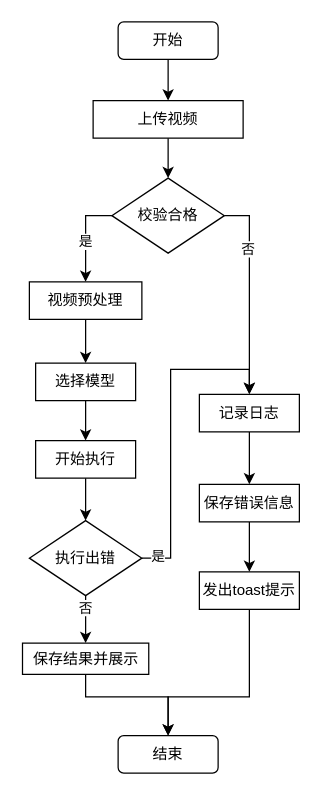
This is DrawIO_file/流程图/目标检测模块流程图.drawio from DingDongZz/typera_PicGO, a draw.io file, before an edit. Source tidied: cells renumbered, new cells numbered last; positions are measured from the earlier drawing's top-left corner, leaving out a move shared by most shapes. Both pictures are drawn from the tidied source at 125%, with x=0, y=0 at pixel (22, 21).
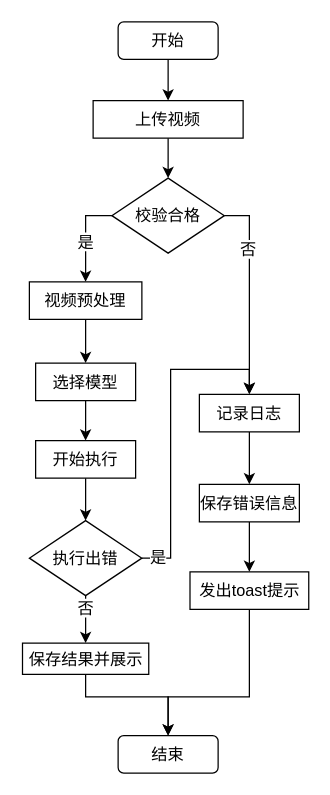
The same page after the edit.

Commit message:
更新目标检测模块流程图.drawio

Change to the diagram source:
```diff
@@
-    <mxCell id="2" style="edgeStyle=orthogonalEdgeStyle;rounded=0;jettySize=auto;html=1;entryX=0.5;entryY=0;entryDx=0;entryDy=0;fontFamily=宋体;" parent="1" edge="1" source="3" target="5">
+    <mxCell id="2" style="edgeStyle=orthogonalEdgeStyle;rounded=0;jettySize=auto;html=1;entryX=0.5;entryY=0;entryDx=0;entryDy=0;fontFamily=宋体;fontSize=13;" parent="1" edge="1" source="3" target="5">
       <mxGeometry relative="1" as="geometry" />
     </mxCell>
-    <mxCell id="3" value="开始" style="rounded=1;whiteSpace=wrap;html=1;fontFamily=宋体;" parent="1" vertex="1">
+    <mxCell id="3" value="开始" style="rounded=1;whiteSpace=wrap;html=1;fontFamily=宋体;fontSize=13;" parent="1" vertex="1">
       <mxGeometry x="76" width="80" height="30" as="geometry" />
     </mxCell>
-    <mxCell id="4" style="edgeStyle=orthogonalEdgeStyle;rounded=0;jettySize=auto;html=1;entryX=0.5;entryY=0;entryDx=0;entryDy=0;fontFamily=宋体;" parent="1" edge="1" source="5" target="10">
+    <mxCell id="4" style="edgeStyle=orthogonalEdgeStyle;rounded=0;jettySize=auto;html=1;entryX=0.5;entryY=0;entryDx=0;entryDy=0;fontFamily=宋体;fontSize=13;" parent="1" edge="1" source="5" target="10">
       <mxGeometry relative="1" as="geometry" />
     </mxCell>
-    <mxCell id="5" value="上传视频" style="rounded=0;whiteSpace=wrap;html=1;fontFamily=宋体;" parent="1" vertex="1">
+    <mxCell id="5" value="上传视频" style="rounded=0;whiteSpace=wrap;html=1;fontFamily=宋体;fontSize=13;" parent="1" vertex="1">
       <mxGeometry x="56" y="63" width="120" height="30" as="geometry" />
     </mxCell>
-    <mxCell id="6" style="edgeStyle=orthogonalEdgeStyle;rounded=0;jettySize=auto;html=1;entryX=0.5;entryY=0;entryDx=0;entryDy=0;exitX=0;exitY=0.5;exitDx=0;exitDy=0;fontFamily=宋体;" parent="1" edge="1" source="10" target="12">
+    <mxCell id="6" style="edgeStyle=orthogonalEdgeStyle;rounded=0;jettySize=auto;html=1;entryX=0.5;entryY=0;entryDx=0;entryDy=0;exitX=0;exitY=0.5;exitDx=0;exitDy=0;fontFamily=宋体;fontSize=13;" parent="1" edge="1" source="10" target="12">
       <mxGeometry relative="1" as="geometry">
         <Array as="points">
           <mxPoint x="50" y="155" />
         </Array>
       </mxGeometry>
     </mxCell>
-    <mxCell id="7" value="是" style="edgeLabel;html=1;align=center;verticalAlign=middle;fontFamily=宋体;" parent="6" vertex="1">
+    <mxCell id="7" value="是" style="edgeLabel;html=1;align=center;verticalAlign=middle;fontFamily=宋体;fontSize=13;" parent="6" vertex="1">
       <mxGeometry x="0.1" y="-1" relative="1" as="geometry" />
     </mxCell>
-    <mxCell id="8" style="edgeStyle=orthogonalEdgeStyle;rounded=0;jettySize=auto;html=1;entryX=0.5;entryY=0;entryDx=0;entryDy=0;exitX=1;exitY=0.5;exitDx=0;exitDy=0;fontFamily=宋体;" parent="1" edge="1" source="10">
+    <mxCell id="8" style="edgeStyle=orthogonalEdgeStyle;rounded=0;jettySize=auto;html=1;entryX=0.5;entryY=0;entryDx=0;entryDy=0;exitX=1;exitY=0.5;exitDx=0;exitDy=0;fontFamily=宋体;fontSize=13;" parent="1" edge="1" source="10">
       <mxGeometry relative="1" as="geometry">
         <mxPoint x="181" y="297.5" as="targetPoint" />
         <Array as="points">
           <mxPoint x="181" y="155" />
         </Array>
       </mxGeometry>
     </mxCell>
-    <mxCell id="9" value="否" style="edgeLabel;html=1;align=center;verticalAlign=middle;fontFamily=宋体;" parent="8" vertex="1">
+    <mxCell id="9" value="否" style="edgeLabel;html=1;align=center;verticalAlign=middle;fontFamily=宋体;fontSize=13;" parent="8" vertex="1">
       <mxGeometry x="-0.43" y="-3" relative="1" as="geometry">
         <mxPoint x="1" as="offset" />
       </mxGeometry>
     </mxCell>
-    <mxCell id="10" value="校验合格" style="rhombus;whiteSpace=wrap;html=1;fontFamily=宋体;" parent="1" vertex="1">
+    <mxCell id="10" value="校验合格" style="rhombus;whiteSpace=wrap;html=1;fontFamily=宋体;fontSize=13;" parent="1" vertex="1">
       <mxGeometry x="71" y="125" width="90" height="60" as="geometry" />
     </mxCell>
-    <mxCell id="11" style="edgeStyle=orthogonalEdgeStyle;rounded=0;jettySize=auto;html=1;entryX=0.5;entryY=0;entryDx=0;entryDy=0;fontFamily=宋体;" parent="1" edge="1" source="12" target="14">
+    <mxCell id="11" style="edgeStyle=orthogonalEdgeStyle;rounded=0;jettySize=auto;html=1;entryX=0.5;entryY=0;entryDx=0;entryDy=0;fontFamily=宋体;fontSize=13;" parent="1" edge="1" source="12" target="14">
       <mxGeometry relative="1" as="geometry" />
     </mxCell>
-    <mxCell id="12" value="视频预处理" style="rounded=0;whiteSpace=wrap;html=1;fontFamily=宋体;" parent="1" vertex="1">
+    <mxCell id="12" value="视频预处理" style="rounded=0;whiteSpace=wrap;html=1;fontFamily=宋体;fontSize=13;" parent="1" vertex="1">
       <mxGeometry x="5" y="208" width="90" height="30" as="geometry" />
     </mxCell>
-    <mxCell id="13" style="edgeStyle=orthogonalEdgeStyle;rounded=0;jettySize=auto;html=1;entryX=0.5;entryY=0;entryDx=0;entryDy=0;fontFamily=宋体;" parent="1" edge="1" source="14" target="16">
+    <mxCell id="13" style="edgeStyle=orthogonalEdgeStyle;rounded=0;jettySize=auto;html=1;entryX=0.5;entryY=0;entryDx=0;entryDy=0;fontFamily=宋体;fontSize=13;" parent="1" edge="1" source="14" target="16">
       <mxGeometry relative="1" as="geometry" />
     </mxCell>
-    <mxCell id="14" value="选择模型" style="rounded=0;whiteSpace=wrap;html=1;fontFamily=宋体;" parent="1" vertex="1">
+    <mxCell id="14" value="选择模型" style="rounded=0;whiteSpace=wrap;html=1;fontFamily=宋体;fontSize=13;" parent="1" vertex="1">
       <mxGeometry x="10" y="273" width="80" height="30" as="geometry" />
     </mxCell>
-    <mxCell id="15" style="edgeStyle=orthogonalEdgeStyle;rounded=0;jettySize=auto;html=1;entryX=0.5;entryY=0;entryDx=0;entryDy=0;fontFamily=宋体;" parent="1" edge="1" source="16" target="21">
+    <mxCell id="15" style="edgeStyle=orthogonalEdgeStyle;rounded=0;jettySize=auto;html=1;entryX=0.5;entryY=0;entryDx=0;entryDy=0;fontFamily=宋体;fontSize=13;" parent="1" edge="1" source="16" target="21">
       <mxGeometry relative="1" as="geometry" />
     </mxCell>
-    <mxCell id="16" value="开始执行" style="rounded=0;whiteSpace=wrap;html=1;fontFamily=宋体;" parent="1" vertex="1">
+    <mxCell id="16" value="开始执行" style="rounded=0;whiteSpace=wrap;html=1;fontFamily=宋体;fontSize=13;" parent="1" vertex="1">
       <mxGeometry x="10" y="335" width="80" height="30" as="geometry" />
     </mxCell>
-    <mxCell id="17" style="edgeStyle=orthogonalEdgeStyle;rounded=0;jettySize=auto;html=1;entryX=0.5;entryY=0;entryDx=0;entryDy=0;fontFamily=宋体;" parent="1" edge="1" source="21" target="23">
+    <mxCell id="17" style="edgeStyle=orthogonalEdgeStyle;rounded=0;jettySize=auto;html=1;entryX=0.5;entryY=0;entryDx=0;entryDy=0;fontFamily=宋体;fontSize=13;" parent="1" edge="1" source="21" target="23">
       <mxGeometry relative="1" as="geometry" />
     </mxCell>
-    <mxCell id="18" value="否" style="edgeLabel;html=1;align=center;verticalAlign=middle;fontFamily=宋体;" parent="17" vertex="1">
+    <mxCell id="18" value="否" style="edgeLabel;html=1;align=center;verticalAlign=middle;fontFamily=宋体;fontSize=13;" parent="17" vertex="1">
       <mxGeometry x="-0.79" y="-2" relative="1" as="geometry">
         <mxPoint x="1" y="5" as="offset" />
       </mxGeometry>
     </mxCell>
-    <mxCell id="19" style="edgeStyle=orthogonalEdgeStyle;rounded=0;jettySize=auto;html=1;entryX=0.5;entryY=0;entryDx=0;entryDy=0;fontFamily=宋体;" parent="1" edge="1" source="21" target="28">
+    <mxCell id="19" style="edgeStyle=orthogonalEdgeStyle;rounded=0;jettySize=auto;html=1;entryX=0.5;entryY=0;entryDx=0;entryDy=0;fontFamily=宋体;fontSize=13;" parent="1" edge="1" source="21" target="28">
       <mxGeometry relative="1" as="geometry" />
     </mxCell>
-    <mxCell id="20" value="是" style="edgeLabel;html=1;align=center;verticalAlign=middle;fontFamily=宋体;" parent="19" vertex="1">
+    <mxCell id="20" value="是" style="edgeLabel;html=1;align=center;verticalAlign=middle;fontFamily=宋体;fontSize=13;" parent="19" vertex="1">
       <mxGeometry x="-0.9" y="3" relative="1" as="geometry">
         <mxPoint x="-1" y="1" as="offset" />
       </mxGeometry>
     </mxCell>
-    <mxCell id="21" value="执行出错" style="rhombus;whiteSpace=wrap;html=1;fontFamily=宋体;" parent="1" vertex="1">
+    <mxCell id="21" value="执行出错" style="rhombus;whiteSpace=wrap;html=1;fontFamily=宋体;fontSize=13;" parent="1" vertex="1">
       <mxGeometry x="5" y="399" width="90" height="60" as="geometry" />
     </mxCell>
-    <mxCell id="22" style="edgeStyle=orthogonalEdgeStyle;rounded=0;jettySize=auto;html=1;entryX=0.5;entryY=0;entryDx=0;entryDy=0;fontFamily=宋体;" parent="1" edge="1" source="23" target="24">
+    <mxCell id="22" style="edgeStyle=orthogonalEdgeStyle;rounded=0;jettySize=auto;html=1;entryX=0.5;entryY=0;entryDx=0;entryDy=0;fontFamily=宋体;fontSize=13;" parent="1" edge="1" source="23" target="24">
       <mxGeometry relative="1" as="geometry">
         <Array as="points">
           <mxPoint x="50" y="540" />
           <mxPoint x="116" y="540" />
         </Array>
       </mxGeometry>
     </mxCell>
-    <mxCell id="23" value="保存结果&lt;span style=&quot;background-color: transparent; color: light-dark(rgb(0, 0, 0), rgb(255, 255, 255));&quot;&gt;并展示&lt;/span&gt;" style="rounded=0;whiteSpace=wrap;html=1;fontFamily=宋体;" parent="1" vertex="1">
+    <mxCell id="23" value="保存结果&lt;span style=&quot;background-color: transparent; color: light-dark(rgb(0, 0, 0), rgb(255, 255, 255));&quot;&gt;并展示&lt;/span&gt;" style="rounded=0;whiteSpace=wrap;html=1;fontFamily=宋体;fontSize=13;" parent="1" vertex="1">
       <mxGeometry x="-0.5" y="497" width="101" height="25" as="geometry" />
     </mxCell>
-    <mxCell id="24" value="结束" style="rounded=1;whiteSpace=wrap;html=1;fontFamily=宋体;" parent="1" vertex="1">
+    <mxCell id="24" value="结束" style="rounded=1;whiteSpace=wrap;html=1;fontFamily=宋体;fontSize=13;" parent="1" vertex="1">
       <mxGeometry x="76" y="571" width="80" height="30" as="geometry" />
     </mxCell>
-    <mxCell id="25" style="edgeStyle=orthogonalEdgeStyle;rounded=0;jettySize=auto;html=1;entryX=0.5;entryY=0;entryDx=0;entryDy=0;fontFamily=宋体;" parent="1" edge="1" source="26" target="30">
+    <mxCell id="25" style="edgeStyle=orthogonalEdgeStyle;rounded=0;jettySize=auto;html=1;entryX=0.5;entryY=0;entryDx=0;entryDy=0;fontFamily=宋体;fontSize=13;" parent="1" edge="1" source="26" target="30">
       <mxGeometry relative="1" as="geometry" />
     </mxCell>
-    <mxCell id="26" value="保存错误信息" style="rounded=0;whiteSpace=wrap;html=1;fontFamily=宋体;" parent="1" vertex="1">
+    <mxCell id="26" value="保存错误信息" style="rounded=0;whiteSpace=wrap;html=1;fontFamily=宋体;fontSize=13;" parent="1" vertex="1">
       <mxGeometry x="141" y="370" width="80" height="30" as="geometry" />
     </mxCell>
-    <mxCell id="27" style="edgeStyle=orthogonalEdgeStyle;rounded=0;jettySize=auto;html=1;entryX=0.5;entryY=0;entryDx=0;entryDy=0;fontFamily=宋体;" parent="1" edge="1" source="28" target="26">
+    <mxCell id="27" style="edgeStyle=orthogonalEdgeStyle;rounded=0;jettySize=auto;html=1;entryX=0.5;entryY=0;entryDx=0;entryDy=0;fontFamily=宋体;fontSize=13;" parent="1" edge="1" source="28" target="26">
       <mxGeometry relative="1" as="geometry" />
     </mxCell>
-    <mxCell id="28" value="记录日志" style="rounded=0;whiteSpace=wrap;html=1;fontFamily=宋体;" parent="1" vertex="1">
+    <mxCell id="28" value="记录日志" style="rounded=0;whiteSpace=wrap;html=1;fontFamily=宋体;fontSize=13;" parent="1" vertex="1">
       <mxGeometry x="141" y="298" width="80" height="30" as="geometry" />
     </mxCell>
-    <mxCell id="29" style="edgeStyle=orthogonalEdgeStyle;rounded=0;jettySize=auto;html=1;entryX=0.5;entryY=0;entryDx=0;entryDy=0;fontFamily=宋体;" parent="1" edge="1" source="30" target="24">
+    <mxCell id="29" style="edgeStyle=orthogonalEdgeStyle;rounded=0;jettySize=auto;html=1;entryX=0.5;entryY=0;entryDx=0;entryDy=0;fontFamily=宋体;fontSize=13;" parent="1" edge="1" source="30" target="24">
       <mxGeometry relative="1" as="geometry">
         <Array as="points">
           <mxPoint x="181" y="540" />
           <mxPoint x="116" y="540" />
         </Array>
       </mxGeometry>
     </mxCell>
-    <mxCell id="30" value="发出toast提示" style="rounded=0;whiteSpace=wrap;html=1;fontFamily=宋体;" parent="1" vertex="1">
-      <mxGeometry x="141" y="440" width="80" height="30" as="geometry" />
+    <mxCell id="30" value="发出toast提示" style="rounded=0;whiteSpace=wrap;html=1;fontFamily=宋体;fontSize=13;" parent="1" vertex="1">
+      <mxGeometry x="133.5" y="440" width="95" height="30" as="geometry" />
     </mxCell>
```
